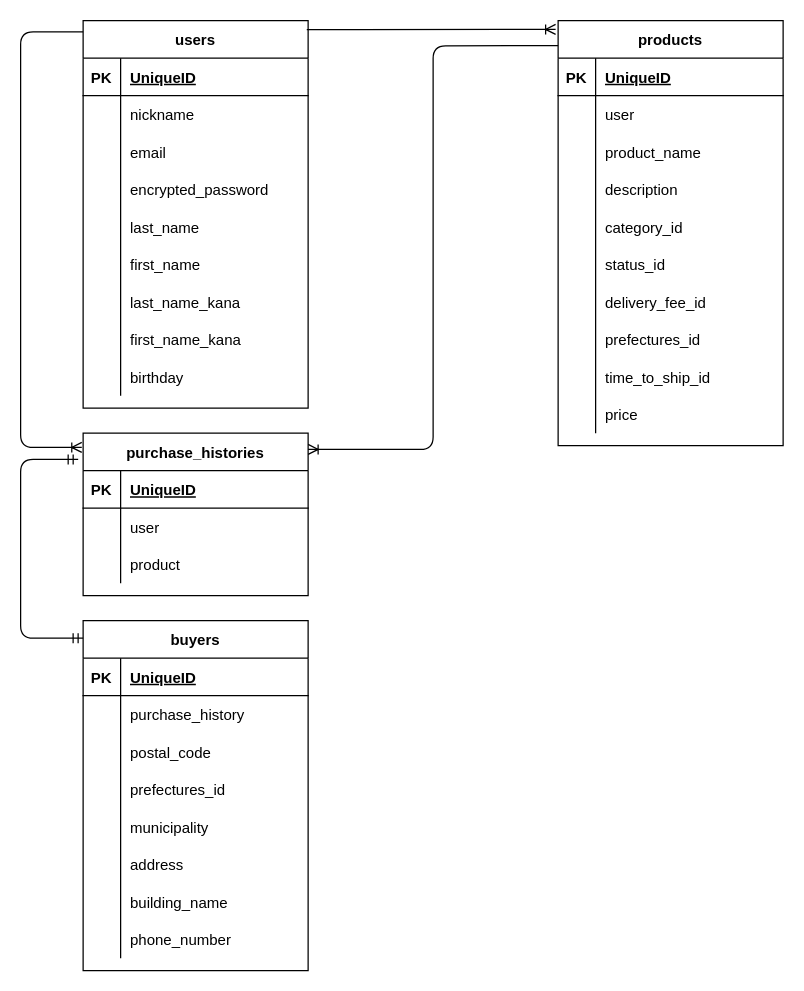
The draw.io diagram ER.dio in koshiro-saito/furima-31967, before the edit. Source tidied: cells renumbered, new cells numbered last; positions are measured from the earlier drawing's top-left corner, leaving out a move shared by most shapes. Both pictures are drawn from the tidied source at 125%, with x=0, y=0 at pixel (20, 20).
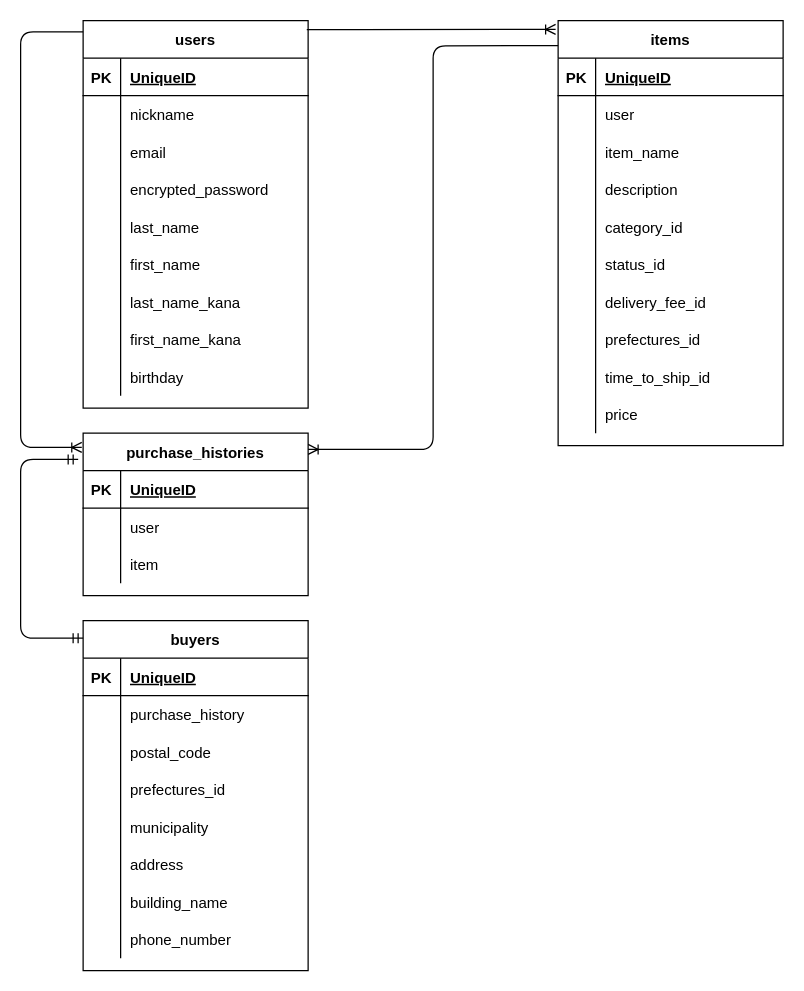
The same diagram, later.

The change refers to these unchanged cells:
```xml
<mxCell id="9" style="shape=partialRectangle;fillColor=none;top=0;left=0;bottom=0;right=0;" parent="2" vertex="1">
  <mxGeometry y="90" width="180" height="30" as="geometry" />
</mxCell>
<mxCell id="68" style="shape=partialRectangle;fillColor=none;top=0;left=0;bottom=0;right=0;" parent="61" vertex="1">
  <mxGeometry y="90" width="180" height="30" as="geometry" />
</mxCell>
```

The edit, as a diff of the source:
```diff
@@
-    <mxCell id="2" value="products" style="shape=table;startSize=30;childLayout=tableLayout;rowLines=0;fontStyle=1;align=center;" parent="1" vertex="1">
+    <mxCell id="2" value="items" style="shape=table;startSize=30;childLayout=tableLayout;rowLines=0;fontStyle=1;align=center;" parent="1" vertex="1">
       <mxGeometry x="430" width="180" height="340" as="geometry" />
     </mxCell>
@@
-    <mxCell id="11" value="product_name" style="shape=partialRectangle;fillColor=none;top=0;left=0;bottom=0;right=0;align=left;spacingLeft=6;overflow=hidden;" parent="9" vertex="1">
+    <mxCell id="11" value="item_name" style="shape=partialRectangle;fillColor=none;top=0;left=0;bottom=0;right=0;align=left;spacingLeft=6;overflow=hidden;" parent="9" vertex="1">
       <mxGeometry x="30" width="150" height="30" as="geometry" />
     </mxCell>
@@
-    <mxCell id="70" value="product" style="shape=partialRectangle;fillColor=none;top=0;left=0;bottom=0;right=0;align=left;spacingLeft=6;overflow=hidden;" parent="68" vertex="1">
+    <mxCell id="70" value="item" style="shape=partialRectangle;fillColor=none;top=0;left=0;bottom=0;right=0;align=left;spacingLeft=6;overflow=hidden;" parent="68" vertex="1">
       <mxGeometry x="30" width="150" height="30" as="geometry" />
     </mxCell>
```
